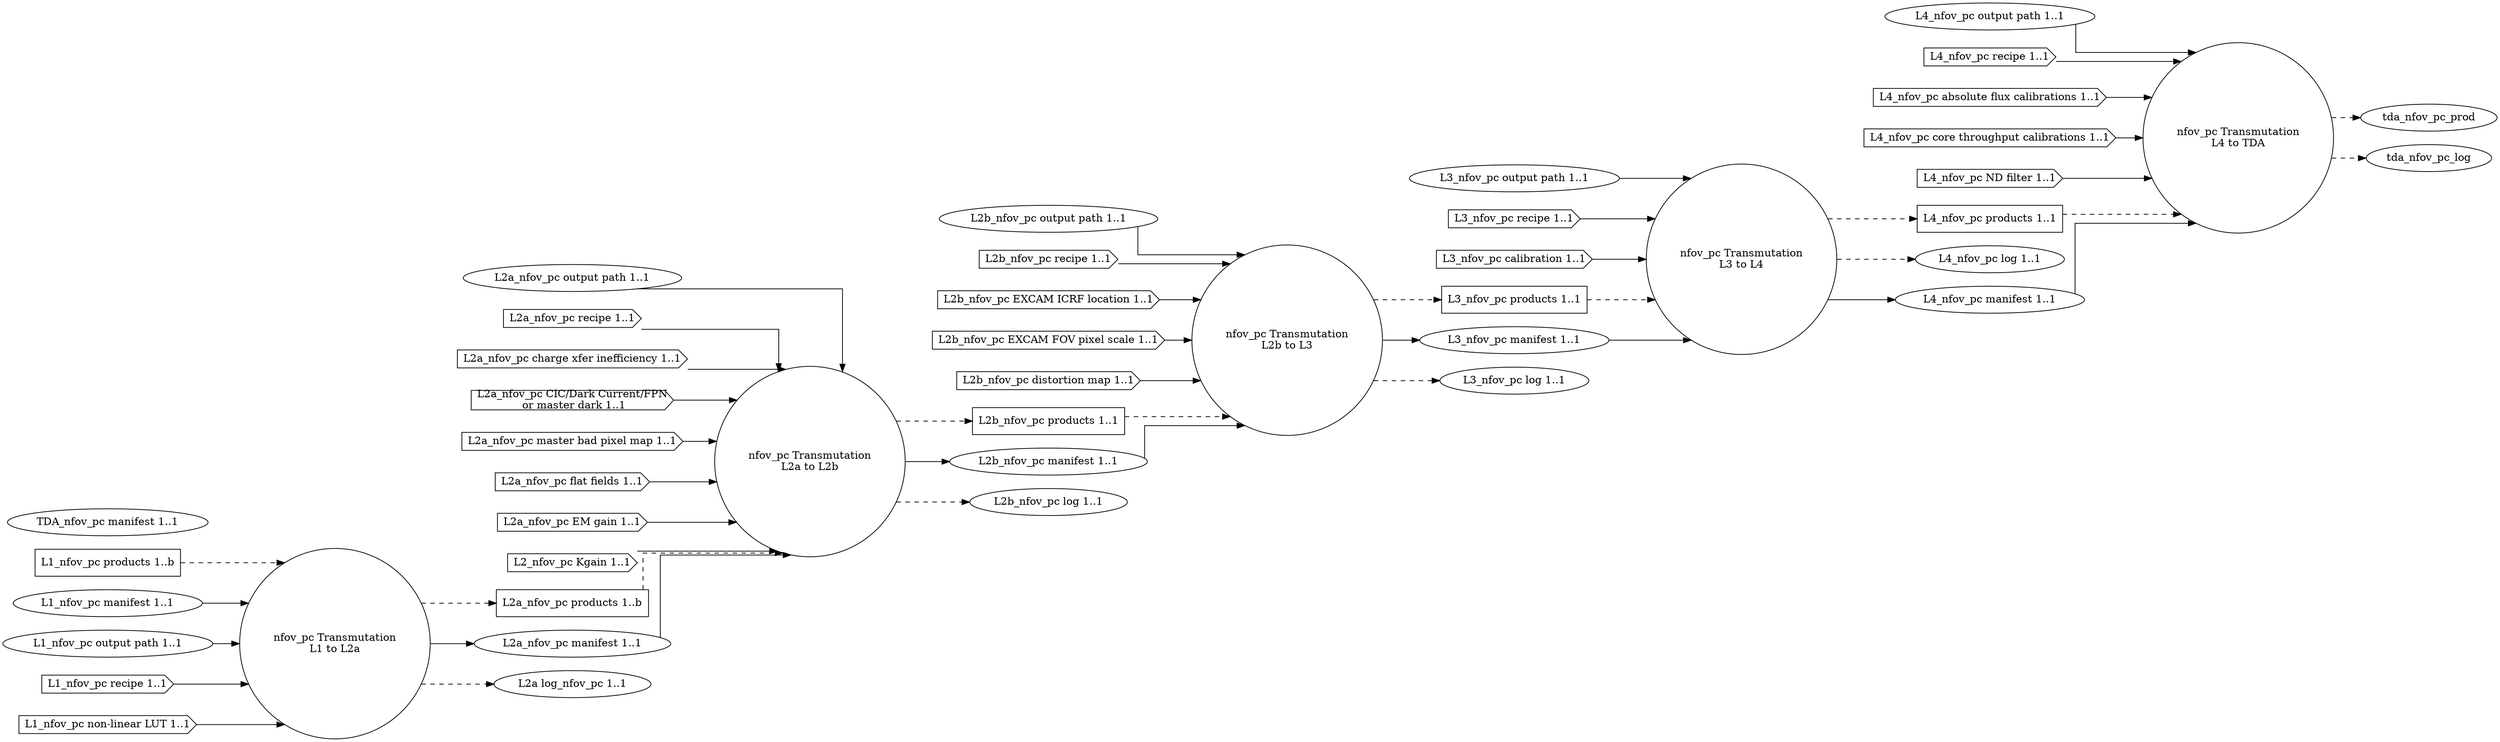
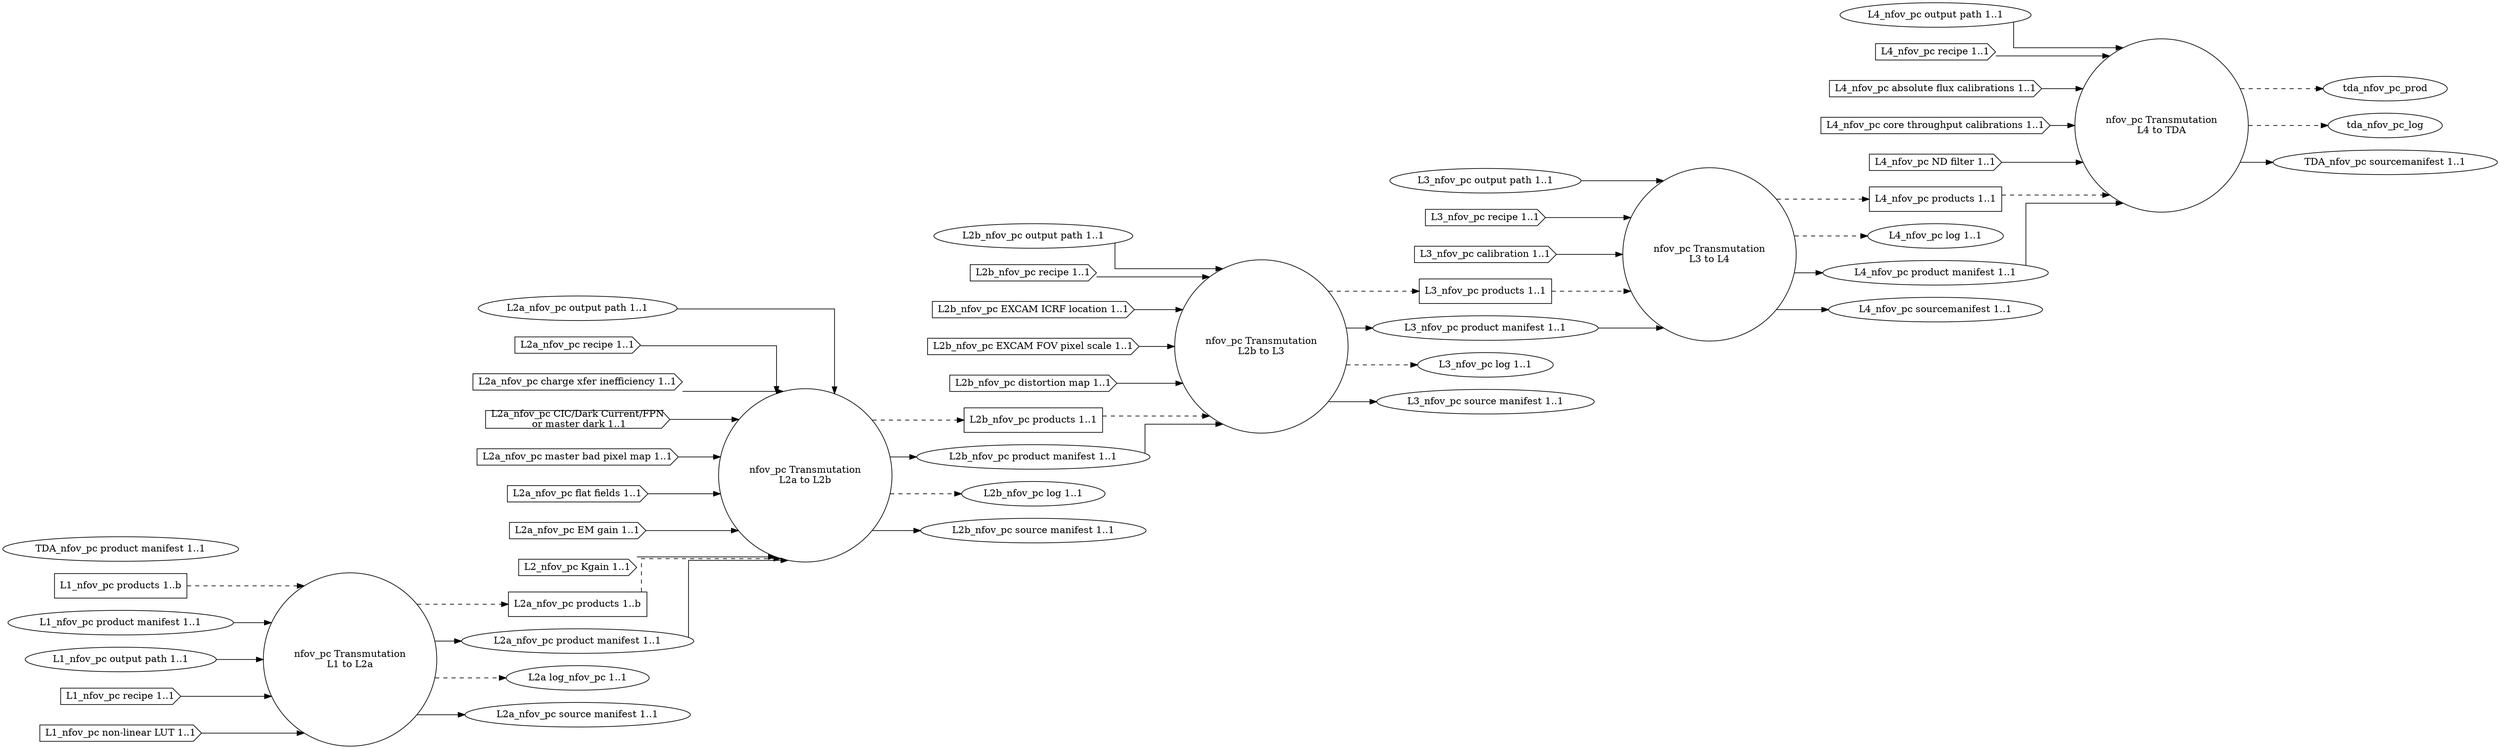
digraph NarrowFieldOfViewPhotonCount {
graph [splines="ortho", rankdir=LR];
trans_nfov_pc_l1_l2a [label="nfov_pc Transmutation\nL1 to L2a", shape="circle", runname="l1.transmutation_nfov_pc", runtype="dawgie.Algorithm", fsmtype="dip.base.Runner"];
trans_nfov_pc_l2a_l2b [label="nfov_pc Transmutation\nL2a to L2b", shape="circle", runname="l2a.transmutation_nfov_pc", runtype="dawgie.Algorithm", fsmtype="dip.base.Runner"];
trans_nfov_pc_l2b_l3 [label="nfov_pc Transmutation\nL2b to L3", shape="circle", runname="l2b.transmutation_nfov_pc", runtype="dawgie.Algorithm", fsmtype="dip.base.Runner"];
trans_nfov_pc_l3_l4 [label="nfov_pc Transmutation\nL3 to L4", shape="circle", runname="l3.transmutation_nfov_pc", runtype="dawgie.Algorithm", fsmtype="dip.base.Runner"];
trans_nfov_pc_l4_tda [label="nfov_pc Transmutation\nL4 to TDA", shape="circle", runname="l4.transmutation_nfov_pc", runtype="dawgie.Algorithm", fsmtype="dip.base.Runner"];
l1_nfov_pc_prod [label="L1_nfov_pc products 1..b", shape="rectangle"];
- l1_nfov_pc_man [label="L1_nfov_pc manifest 1..1", shape="ellipse"];
+ l1_nfov_pc_man [label="L1_nfov_pc product manifest 1..1", shape="ellipse"];
l1_nfov_pc_odir [label="L1_nfov_pc output path 1..1", shape="ellipse"];
l1_nfov_pc_rec [label="L1_nfov_pc recipe 1..1", shape="cds"];
l1_nfov_pc_nllut [label="L1_nfov_pc non-linear LUT 1..1", shape="cds"];
l2a_nfov_pc_prod [label="L2a_nfov_pc products 1..b", shape="rectangle"];
- l2a_nfov_pc_man [label="L2a_nfov_pc manifest 1..1", shape="ellipse", valname="l1.transmutation_nfov_pc.product.manifest", valtype="dip.base.Manifest"];
+ l2a_nfov_pc_man [label="L2a_nfov_pc product manifest 1..1", shape="ellipse", valname="l1.transmutation_nfov_pc.product.manifest", valtype="dip.base.Manifest"];
l2a_nfov_pc_odir [label="L2a_nfov_pc output path 1..1", shape="ellipse"];
l2a_nfov_pc_rec [label="L2a_nfov_pc recipe 1..1", shape="cds"];
l2a_nfov_pc_cti [label="L2a_nfov_pc charge xfer inefficiency 1..1", shape="cds"];
l2a_nfov_pc_dnb [label="L2a_nfov_pc CIC/Dark Current/FPN\n or master dark 1..1", shape="cds"];
l2a_nfov_pc_mbpm [label="L2a_nfov_pc master bad pixel map 1..1", shape="cds"];
l2a_nfov_pc_ff [label="L2a_nfov_pc flat fields 1..1", shape="cds"];
l2a_nfov_pc_emg [label="L2a_nfov_pc EM gain 1..1", shape="cds"];
l2a_nfov_pc_kgain [label="L2_nfov_pc Kgain 1..1", shape="cds"];
l2a_nfov_pc_log [label="L2a log_nfov_pc 1..1", shape="ellipse"];
l2b_nfov_pc_prod [label="L2b_nfov_pc products 1..1", shape="rectangle"];
- l2b_nfov_pc_man [label="L2b_nfov_pc manifest 1..1", shape="ellipse", valname="l2a.transmutation_nfov_pc.product.manifest", valtype="dip.base.Manifest"];
+ l2b_nfov_pc_man [label="L2b_nfov_pc product manifest 1..1", shape="ellipse", valname="l2a.transmutation_nfov_pc.product.manifest", valtype="dip.base.Manifest"];
l2b_nfov_pc_odir [label="L2b_nfov_pc output path 1..1", shape="ellipse"];
l2b_nfov_pc_rec [label="L2b_nfov_pc recipe 1..1", shape="cds"];
l2b_nfov_pc_excicrf [label="L2b_nfov_pc EXCAM ICRF location 1..1", shape="cds"];
l2b_nfov_pc_excfovps [label="L2b_nfov_pc EXCAM FOV pixel scale 1..1", shape="cds"];
l2b_nfov_pc_distm [label="L2b_nfov_pc distortion map 1..1", shape="cds"];
l2b_nfov_pc_log [label="L2b_nfov_pc log 1..1", shape="ellipse"];
l3_nfov_pc_prod [label="L3_nfov_pc products 1..1", shape="rectangle"];
l3_nfov_pc_odir [label="L3_nfov_pc output path 1..1", shape="ellipse"];
- l3_nfov_pc_man [label="L3_nfov_pc manifest 1..1", shape="ellipse", valname="l2b.transmutation_nfov_pc.product.manifest", valtype="dip.base.Manifest"];
+ l3_nfov_pc_man [label="L3_nfov_pc product manifest 1..1", shape="ellipse", valname="l2b.transmutation_nfov_pc.product.manifest", valtype="dip.base.Manifest"];
l3_nfov_pc_rec [label="L3_nfov_pc recipe 1..1", shape="cds"];
l3_nfov_pc_cal [label="L3_nfov_pc calibration 1..1", shape="cds"];
l3_nfov_pc_log [label="L3_nfov_pc log 1..1", shape="ellipse"];
l4_nfov_pc_prod [label="L4_nfov_pc products 1..1", shape="rectangle"];
l4_nfov_pc_odir [label="L4_nfov_pc output path 1..1", shape="ellipse"];
l4_nfov_pc_log [label="L4_nfov_pc log 1..1", shape="ellipse"];
- l4_nfov_pc_man [label="L4_nfov_pc manifest 1..1", shape="ellipse", valname="l3.transmutation_nfov_pc.product.manifest", valtype="dip.base.Manifest"];
+ l4_nfov_pc_man [label="L4_nfov_pc product manifest 1..1", shape="ellipse", valname="l3.transmutation_nfov_pc.product.manifest", valtype="dip.base.Manifest"];
l4_nfov_pc_rec [label="L4_nfov_pc recipe 1..1", shape="cds"];
l4_nfov_pc_afcal [label="L4_nfov_pc absolute flux calibrations 1..1", shape="cds"];
l4_nfov_pc_ctcal [label="L4_nfov_pc core throughput calibrations 1..1", shape="cds"];
l4_nfov_pc_ndfilt [label="L4_nfov_pc ND filter 1..1", shape="cds"];
- tda_nfov_pc_man [label="TDA_nfov_pc manifest 1..1", shape="ellipse", valname="l4.transmutation_nfov_pc.product.manifest", valtype="dip.base.Manifest"];
+ tda_nfov_pc_man [label="TDA_nfov_pc product manifest 1..1", shape="ellipse", valname="l4.transmutation_nfov_pc.product.manifest", valtype="dip.base.Manifest"];
l1_nfov_pc_prod -> trans_nfov_pc_l1_l2a [style="dashed"];
l1_nfov_pc_man -> trans_nfov_pc_l1_l2a;
l1_nfov_pc_odir -> trans_nfov_pc_l1_l2a;
l1_nfov_pc_rec -> trans_nfov_pc_l1_l2a;
l1_nfov_pc_nllut -> trans_nfov_pc_l1_l2a;
trans_nfov_pc_l1_l2a -> l2a_nfov_pc_prod [style="dashed"];
trans_nfov_pc_l1_l2a -> l2a_nfov_pc_man;
trans_nfov_pc_l1_l2a -> l2a_nfov_pc_log [style="dashed"];
l2a_nfov_pc_prod -> trans_nfov_pc_l2a_l2b [style="dashed"];
l2a_nfov_pc_kgain -> trans_nfov_pc_l2a_l2b;
l2a_nfov_pc_odir -> trans_nfov_pc_l2a_l2b;
l2a_nfov_pc_rec -> trans_nfov_pc_l2a_l2b;
l2a_nfov_pc_cti -> trans_nfov_pc_l2a_l2b;
l2a_nfov_pc_dnb -> trans_nfov_pc_l2a_l2b;
l2a_nfov_pc_mbpm -> trans_nfov_pc_l2a_l2b;
l2a_nfov_pc_ff -> trans_nfov_pc_l2a_l2b;
l2a_nfov_pc_emg -> trans_nfov_pc_l2a_l2b;
trans_nfov_pc_l2a_l2b -> l2b_nfov_pc_prod [style="dashed"];
trans_nfov_pc_l2a_l2b -> l2b_nfov_pc_man;
trans_nfov_pc_l2a_l2b -> l2b_nfov_pc_log [style="dashed"];
l2a_nfov_pc_man -> trans_nfov_pc_l2a_l2b;
l2b_nfov_pc_prod -> trans_nfov_pc_l2b_l3 [style="dashed"];
l2b_nfov_pc_man -> trans_nfov_pc_l2b_l3;
l2b_nfov_pc_odir -> trans_nfov_pc_l2b_l3;
l2b_nfov_pc_rec -> trans_nfov_pc_l2b_l3;
l2b_nfov_pc_excicrf -> trans_nfov_pc_l2b_l3;
l2b_nfov_pc_excfovps -> trans_nfov_pc_l2b_l3;
l2b_nfov_pc_distm -> trans_nfov_pc_l2b_l3;
trans_nfov_pc_l2b_l3 -> l3_nfov_pc_prod [style="dashed"];
trans_nfov_pc_l2b_l3 -> l3_nfov_pc_man;
trans_nfov_pc_l2b_l3 -> l3_nfov_pc_log [style="dashed"];
l3_nfov_pc_prod -> trans_nfov_pc_l3_l4 [style="dashed"];
l3_nfov_pc_man -> trans_nfov_pc_l3_l4;
l3_nfov_pc_odir -> trans_nfov_pc_l3_l4;
l3_nfov_pc_rec -> trans_nfov_pc_l3_l4;
l3_nfov_pc_cal -> trans_nfov_pc_l3_l4;
trans_nfov_pc_l3_l4 -> l4_nfov_pc_prod [style="dashed"];
trans_nfov_pc_l3_l4 -> l4_nfov_pc_log [style="dashed"];
trans_nfov_pc_l3_l4 -> l4_nfov_pc_man;
l4_nfov_pc_prod -> trans_nfov_pc_l4_tda [style="dashed"];
l4_nfov_pc_man -> trans_nfov_pc_l4_tda;
l4_nfov_pc_odir -> trans_nfov_pc_l4_tda;
l4_nfov_pc_rec -> trans_nfov_pc_l4_tda;
l4_nfov_pc_afcal -> trans_nfov_pc_l4_tda;
l4_nfov_pc_ctcal -> trans_nfov_pc_l4_tda;
l4_nfov_pc_ndfilt -> trans_nfov_pc_l4_tda;
trans_nfov_pc_l4_tda -> tda_nfov_pc_prod [style="dashed"];
trans_nfov_pc_l4_tda -> tda_nfov_pc_log [style="dashed"];
+ 
+ l2a_nfov_pc_src [label="L2a_nfov_pc source manifest 1..1", shape="ellipse", valname="l1.transmutation_nfov_pc.source.manifest", valtype="dip.base.Manifest"];
+ l2b_nfov_pc_src [label="L2b_nfov_pc source manifest 1..1", shape="ellipse", valname="l2a.transmutation_nfov_pc.source.manifest", valtype="dip.base.Manifest"];
+ l3_nfov_pc_src [label="L3_nfov_pc source manifest 1..1", shape="ellipse", valname="l2b.transmutation_nfov_pc.source.manifest", valtype="dip.base.Manifest"];
+ l4_nfov_pc_src [label="L4_nfov_pc sourcemanifest 1..1", shape="ellipse", valname="l3.transmutation_nfov_pc.source.manifest", valtype="dip.base.Manifest"];
+ tda_nfov_pc_src [label="TDA_nfov_pc sourcemanifest 1..1", shape="ellipse", valname="l4.transmutation_nfov_pc.source.manifest", valtype="dip.base.Manifest"];
+ trans_nfov_pc_l1_l2a -> l2a_nfov_pc_src;
+ trans_nfov_pc_l2a_l2b -> l2b_nfov_pc_src;
+ trans_nfov_pc_l2b_l3 -> l3_nfov_pc_src;
+ trans_nfov_pc_l3_l4 -> l4_nfov_pc_src;
+ trans_nfov_pc_l4_tda -> tda_nfov_pc_src;
}
